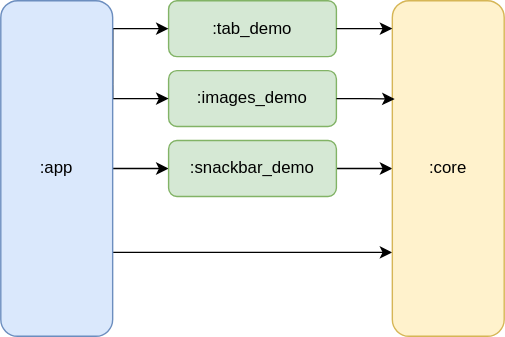
The draw.io diagram diagrams/theeverything-architecture.svg in themobilecoder/theeverything-android, before a commit. Source tidied: cells renumbered, new cells last; positions are measured from the earlier drawing's top-left corner, leaving out a move shared by most shapes.
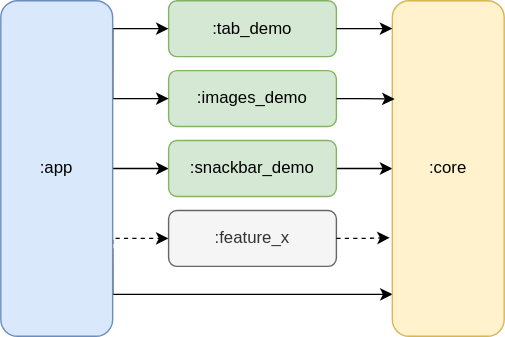
After the commit.

Change to the diagram source:
```diff
@@ -8,8 +8,13 @@
     <mxCell id="3" value=":images_demo" style="rounded=1;whiteSpace=wrap;html=1;fillColor=#d5e8d4;strokeColor=#82b366;" parent="1" vertex="1">
       <mxGeometry x="120" y="50" width="120" height="40" as="geometry" />
     </mxCell>
-    <mxCell id="4" style="edgeStyle=orthogonalEdgeStyle;rounded=0;jettySize=auto;html=1;exitX=1;exitY=0.75;exitDx=0;exitDy=0;entryX=0;entryY=0.75;entryDx=0;entryDy=0;" parent="1" edge="1" source="8" target="11">
-      <mxGeometry relative="1" as="geometry" />
+    <mxCell id="4" style="edgeStyle=orthogonalEdgeStyle;rounded=0;jettySize=auto;html=1;exitX=1;exitY=0.75;exitDx=0;exitDy=0;entryX=0.003;entryY=0.871;entryDx=0;entryDy=0;entryPerimeter=0;" parent="1" edge="1" source="8" target="11">
+      <mxGeometry relative="1" as="geometry">
+        <Array as="points">
+          <mxPoint x="80" y="210" />
+          <mxPoint x="280" y="210" />
+        </Array>
+      </mxGeometry>
     </mxCell>
     <mxCell id="5" style="edgeStyle=orthogonalEdgeStyle;rounded=0;jettySize=auto;html=1;entryX=0;entryY=0.5;entryDx=0;entryDy=0;" parent="1" edge="1" source="8" target="10">
       <mxGeometry relative="1" as="geometry" />
@@ -28,6 +33,13 @@
         </Array>
       </mxGeometry>
     </mxCell>
+    <mxCell id="14" style="edgeStyle=orthogonalEdgeStyle;rounded=0;jettySize=auto;html=1;exitX=1;exitY=0.75;exitDx=0;exitDy=0;entryX=0;entryY=0.5;entryDx=0;entryDy=0;dashed=1;" parent="1" edge="1" source="8" target="15">
+      <mxGeometry relative="1" as="geometry">
+        <Array as="points">
+          <mxPoint x="80" y="170" />
+        </Array>
+      </mxGeometry>
+    </mxCell>
     <mxCell id="8" value=":app" style="rounded=1;whiteSpace=wrap;html=1;fillColor=#dae8fc;strokeColor=#6c8ebf;" parent="1" vertex="1">
       <mxGeometry width="80" height="240" as="geometry" />
     </mxCell>
@@ -46,5 +58,11 @@
     <mxCell id="13" style="edgeStyle=orthogonalEdgeStyle;rounded=0;jettySize=auto;html=1;entryX=0.021;entryY=0.293;entryDx=0;entryDy=0;entryPerimeter=0;" parent="1" edge="1" source="3" target="11">
       <mxGeometry relative="1" as="geometry" />
     </mxCell>
+    <mxCell id="15" value=":feature_x" style="rounded=1;whiteSpace=wrap;html=1;fillColor=#f5f5f5;strokeColor=#666666;fontColor=#333333;" parent="1" vertex="1">
+      <mxGeometry x="120" y="150" width="120" height="40" as="geometry" />
+    </mxCell>
+    <mxCell id="16" style="edgeStyle=orthogonalEdgeStyle;rounded=0;jettySize=auto;html=1;entryX=-0.023;entryY=0.706;entryDx=0;entryDy=0;entryPerimeter=0;dashed=1;" parent="1" edge="1" source="15" target="11">
+      <mxGeometry relative="1" as="geometry" />
+    </mxCell>
   </root>
 </mxGraphModel>
```
